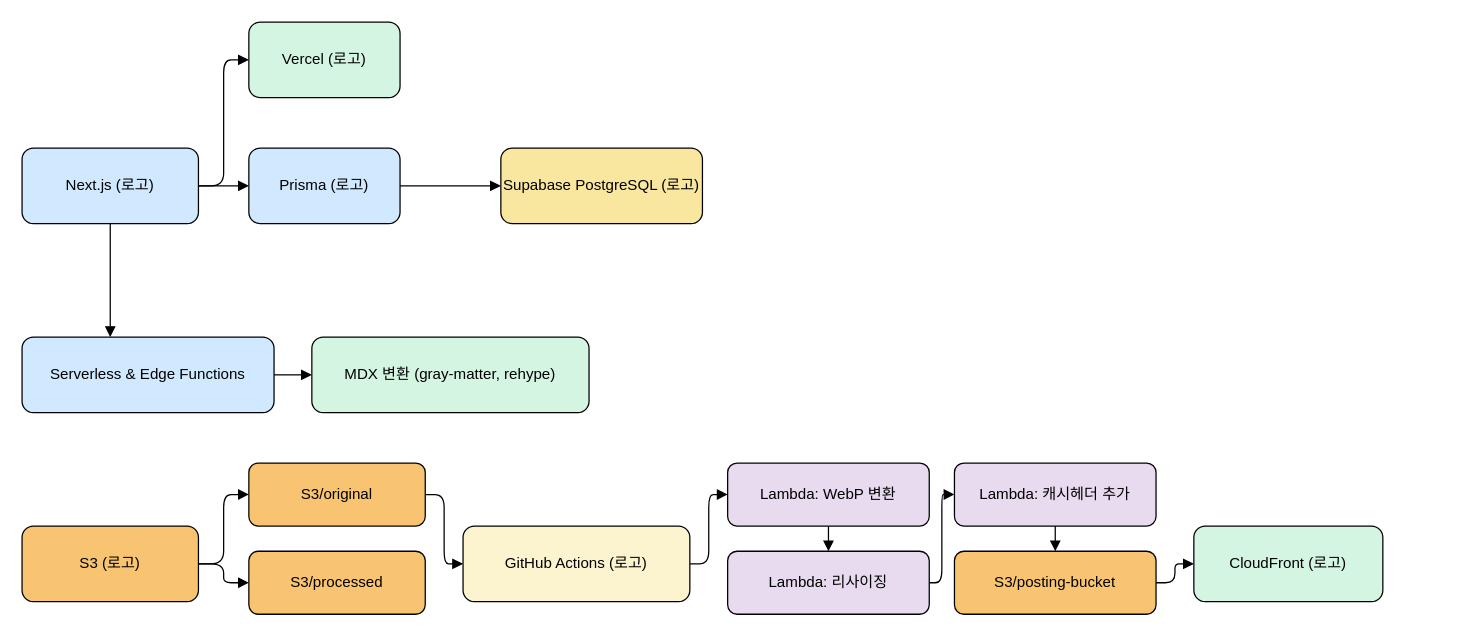
Earlier version of the draw.io diagram 제목 없는 다이어그램.drawio (PROMLEE/OneDayBoj). Source tidied: cells renumbered, new cells numbered last; positions are measured from the earlier drawing's top-left corner, leaving out a move shared by most shapes. Both pictures are drawn from the tidied source at 126%, with x=0, y=0 at pixel (21, 21).
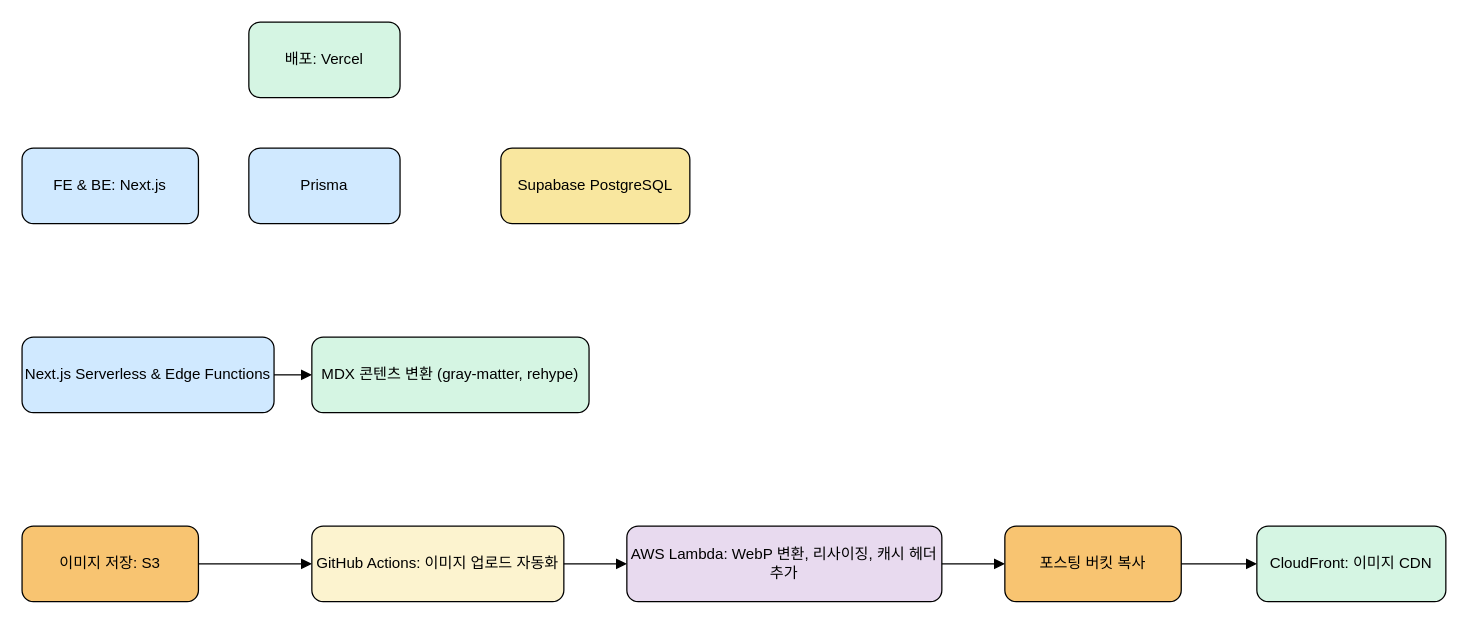
After the change.

Commit message (it also covers changes not shown here):
제목 없는 다이어그램.drawio 업데이트

Change to the diagram source:
```diff
@@
-    <mxCell id="2" value="Next.js (로고)" style="shape=rectangle;rounded=1;fillColor=#d0e9ff;whiteSpace=wrap;html=1;" parent="1" vertex="1">
+    <mxCell id="2" value="FE &amp; BE: Next.js" style="shape=rectangle;rounded=1;fillColor=#d0e9ff;whiteSpace=wrap;html=1;" parent="1" vertex="1">
       <mxGeometry y="100" width="140" height="60" as="geometry" />
     </mxCell>
-    <mxCell id="3" value="Vercel (로고)" style="shape=rectangle;rounded=1;fillColor=#d5f5e3;whiteSpace=wrap;html=1;" parent="1" vertex="1">
+    <mxCell id="3" value="배포: Vercel" style="shape=rectangle;rounded=1;fillColor=#d5f5e3;whiteSpace=wrap;html=1;" parent="1" vertex="1">
       <mxGeometry x="180" width="120" height="60" as="geometry" />
     </mxCell>
-    <mxCell id="4" value="Prisma (로고)" style="shape=rectangle;rounded=1;fillColor=#d0e9ff;whiteSpace=wrap;html=1;" parent="1" vertex="1">
+    <mxCell id="4" value="Prisma" style="shape=rectangle;rounded=1;fillColor=#d0e9ff;whiteSpace=wrap;html=1;" parent="1" vertex="1">
       <mxGeometry x="180" y="100" width="120" height="60" as="geometry" />
     </mxCell>
-    <mxCell id="5" value="Supabase PostgreSQL (로고)" style="shape=rectangle;rounded=1;fillColor=#f9e79f;whiteSpace=wrap;html=1;" parent="1" vertex="1">
-      <mxGeometry x="380" y="100" width="160" height="60" as="geometry" />
+    <mxCell id="5" value="Supabase PostgreSQL" style="shape=rectangle;rounded=1;fillColor=#f9e79f;whiteSpace=wrap;html=1;" parent="1" vertex="1">
+      <mxGeometry x="380" y="100" width="150" height="60" as="geometry" />
     </mxCell>
-    <mxCell id="6" value="Serverless &amp; Edge Functions" style="shape=rectangle;rounded=1;fillColor=#d0e9ff;whiteSpace=wrap;html=1;" parent="1" vertex="1">
+    <mxCell id="6" value="Next.js Serverless &amp; Edge Functions" style="shape=rectangle;rounded=1;fillColor=#d0e9ff;whiteSpace=wrap;html=1;" parent="1" vertex="1">
       <mxGeometry y="250" width="200" height="60" as="geometry" />
     </mxCell>
-    <mxCell id="7" value="MDX 변환 (gray-matter, rehype)" style="shape=rectangle;rounded=1;fillColor=#d5f5e3;whiteSpace=wrap;html=1;" parent="1" vertex="1">
+    <mxCell id="7" value="MDX 콘텐츠 변환 (gray-matter, rehype)" style="shape=rectangle;rounded=1;fillColor=#d5f5e3;whiteSpace=wrap;html=1;" parent="1" vertex="1">
       <mxGeometry x="230" y="250" width="220" height="60" as="geometry" />
     </mxCell>
-    <mxCell id="8" value="S3 (로고)" style="shape=rectangle;rounded=1;fillColor=#f8c471;whiteSpace=wrap;html=1;" parent="1" vertex="1">
+    <mxCell id="8" value="이미지 저장: S3" style="shape=rectangle;rounded=1;fillColor=#f8c471;whiteSpace=wrap;html=1;" parent="1" vertex="1">
       <mxGeometry y="400" width="140" height="60" as="geometry" />
     </mxCell>
-    <mxCell id="9" value="S3/original" style="shape=rectangle;rounded=1;fillColor=#f8c471;whiteSpace=wrap;html=1;" parent="1" vertex="1">
-      <mxGeometry x="180" y="350" width="140" height="50" as="geometry" />
+    <mxCell id="9" value="GitHub Actions: 이미지 업로드 자동화" style="shape=rectangle;rounded=1;fillColor=#fcf3cf;whiteSpace=wrap;html=1;" parent="1" vertex="1">
+      <mxGeometry x="230" y="400" width="200" height="60" as="geometry" />
     </mxCell>
-    <mxCell id="10" value="S3/processed" style="shape=rectangle;rounded=1;fillColor=#f8c471;whiteSpace=wrap;html=1;" parent="1" vertex="1">
-      <mxGeometry x="180" y="420" width="140" height="50" as="geometry" />
+    <mxCell id="10" value="AWS Lambda: WebP 변환, 리사이징, 캐시 헤더 추가" style="shape=rectangle;rounded=1;fillColor=#e8daef;whiteSpace=wrap;html=1;" parent="1" vertex="1">
+      <mxGeometry x="480" y="400" width="250" height="60" as="geometry" />
     </mxCell>
-    <mxCell id="11" value="GitHub Actions (로고)" style="shape=rectangle;rounded=1;fillColor=#fcf3cf;whiteSpace=wrap;html=1;" parent="1" vertex="1">
-      <mxGeometry x="350" y="400" width="180" height="60" as="geometry" />
+    <mxCell id="11" value="포스팅 버킷 복사" style="shape=rectangle;rounded=1;fillColor=#f8c471;whiteSpace=wrap;html=1;" parent="1" vertex="1">
+      <mxGeometry x="780" y="400" width="140" height="60" as="geometry" />
     </mxCell>
-    <mxCell id="12" value="Lambda: WebP 변환" style="shape=rectangle;rounded=1;fillColor=#e8daef;whiteSpace=wrap;html=1;" parent="1" vertex="1">
-      <mxGeometry x="560" y="350" width="160" height="50" as="geometry" />
+    <mxCell id="12" value="CloudFront: 이미지 CDN" style="shape=rectangle;rounded=1;fillColor=#d5f5e3;whiteSpace=wrap;html=1;" parent="1" vertex="1">
+      <mxGeometry x="980" y="400" width="150" height="60" as="geometry" />
     </mxCell>
-    <mxCell id="13" value="Lambda: 리사이징" style="shape=rectangle;rounded=1;fillColor=#e8daef;whiteSpace=wrap;html=1;" parent="1" vertex="1">
-      <mxGeometry x="560" y="420" width="160" height="50" as="geometry" />
+    <mxCell id="13" style="edgeStyle=elbowEdgeStyle;rounded=1;html=1;endArrow=block;" parent="1" vertex="1" source="2" target="3">
+      <mxGeometry relative="1" as="geometry" />
     </mxCell>
-    <mxCell id="14" value="Lambda: 캐시헤더 추가" style="shape=rectangle;rounded=1;fillColor=#e8daef;whiteSpace=wrap;html=1;" parent="1" vertex="1">
-      <mxGeometry x="740" y="350" width="160" height="50" as="geometry" />
+    <mxCell id="14" style="edgeStyle=elbowEdgeStyle;rounded=1;html=1;endArrow=block;" parent="1" vertex="1" source="2" target="4">
+      <mxGeometry relative="1" as="geometry" />
     </mxCell>
-    <mxCell id="15" value="S3/posting-bucket" style="shape=rectangle;rounded=1;fillColor=#f8c471;whiteSpace=wrap;html=1;" parent="1" vertex="1">
-      <mxGeometry x="740" y="420" width="160" height="50" as="geometry" />
+    <mxCell id="15" style="edgeStyle=elbowEdgeStyle;rounded=1;html=1;endArrow=block;" parent="1" vertex="1" source="4" target="5">
+      <mxGeometry relative="1" as="geometry" />
     </mxCell>
-    <mxCell id="16" value="CloudFront (로고)" style="shape=rectangle;rounded=1;fillColor=#d5f5e3;whiteSpace=wrap;html=1;" parent="1" vertex="1">
-      <mxGeometry x="930" y="400" width="150" height="60" as="geometry" />
+    <mxCell id="16" style="edgeStyle=elbowEdgeStyle;rounded=1;html=1;endArrow=block;" parent="1" vertex="1" source="2" target="6">
+      <mxGeometry relative="1" as="geometry" />
     </mxCell>
-    <mxCell id="17" style="edgeStyle=elbowEdgeStyle;rounded=1;html=1;endArrow=block;" parent="1" edge="1" source="2" target="3">
+    <mxCell id="17" style="edgeStyle=elbowEdgeStyle;rounded=1;html=1;endArrow=block;" parent="1" edge="1" source="6" target="7">
       <mxGeometry relative="1" as="geometry" />
     </mxCell>
-    <mxCell id="18" style="edgeStyle=elbowEdgeStyle;rounded=1;html=1;endArrow=block;" parent="1" edge="1" source="2" target="4">
+    <mxCell id="18" style="edgeStyle=elbowEdgeStyle;rounded=1;html=1;endArrow=block;" parent="1" edge="1" source="8" target="9">
       <mxGeometry relative="1" as="geometry" />
     </mxCell>
-    <mxCell id="19" style="edgeStyle=elbowEdgeStyle;rounded=1;html=1;endArrow=block;" parent="1" edge="1" source="4" target="5">
+    <mxCell id="19" style="edgeStyle=elbowEdgeStyle;rounded=1;html=1;endArrow=block;" parent="1" edge="1" source="9" target="10">
       <mxGeometry relative="1" as="geometry" />
     </mxCell>
-    <mxCell id="20" style="edgeStyle=elbowEdgeStyle;rounded=1;html=1;endArrow=block;" parent="1" edge="1" source="2" target="6">
+    <mxCell id="20" style="edgeStyle=elbowEdgeStyle;rounded=1;html=1;endArrow=block;" parent="1" edge="1" source="10" target="11">
       <mxGeometry relative="1" as="geometry" />
     </mxCell>
-    <mxCell id="21" style="edgeStyle=elbowEdgeStyle;rounded=1;html=1;endArrow=block;" parent="1" edge="1" source="6" target="7">
+    <mxCell id="21" style="edgeStyle=elbowEdgeStyle;rounded=1;html=1;endArrow=block;" parent="1" edge="1" source="11" target="12">
       <mxGeometry relative="1" as="geometry" />
     </mxCell>
-    <mxCell id="22" style="edgeStyle=elbowEdgeStyle;rounded=1;html=1;endArrow=block;" parent="1" edge="1" source="8" target="9">
-      <mxGeometry relative="1" as="geometry" />
-    </mxCell>
-    <mxCell id="23" style="edgeStyle=elbowEdgeStyle;rounded=1;html=1;endArrow=block;" parent="1" edge="1" source="8" target="10">
-      <mxGeometry relative="1" as="geometry" />
-    </mxCell>
-    <mxCell id="24" style="edgeStyle=elbowEdgeStyle;rounded=1;html=1;endArrow=block;" parent="1" edge="1" source="9" target="11">
-      <mxGeometry relative="1" as="geometry" />
-    </mxCell>
-    <mxCell id="25" style="edgeStyle=elbowEdgeStyle;rounded=1;html=1;endArrow=block;" parent="1" edge="1" source="11" target="12">
-      <mxGeometry relative="1" as="geometry" />
-    </mxCell>
-    <mxCell id="26" style="edgeStyle=elbowEdgeStyle;rounded=1;html=1;endArrow=block;" parent="1" edge="1" source="12" target="13">
-      <mxGeometry relative="1" as="geometry" />
-    </mxCell>
-    <mxCell id="27" style="edgeStyle=elbowEdgeStyle;rounded=1;html=1;endArrow=block;" parent="1" edge="1" source="13" target="14">
-      <mxGeometry relative="1" as="geometry" />
-    </mxCell>
-    <mxCell id="28" style="edgeStyle=elbowEdgeStyle;rounded=1;html=1;endArrow=block;" parent="1" edge="1" source="14" target="15">
-      <mxGeometry relative="1" as="geometry" />
-    </mxCell>
-    <mxCell id="29" style="edgeStyle=elbowEdgeStyle;rounded=1;html=1;endArrow=block;" parent="1" edge="1" source="15" target="16">
-      <mxGeometry relative="1" as="geometry" />
-    </mxCell>
```
